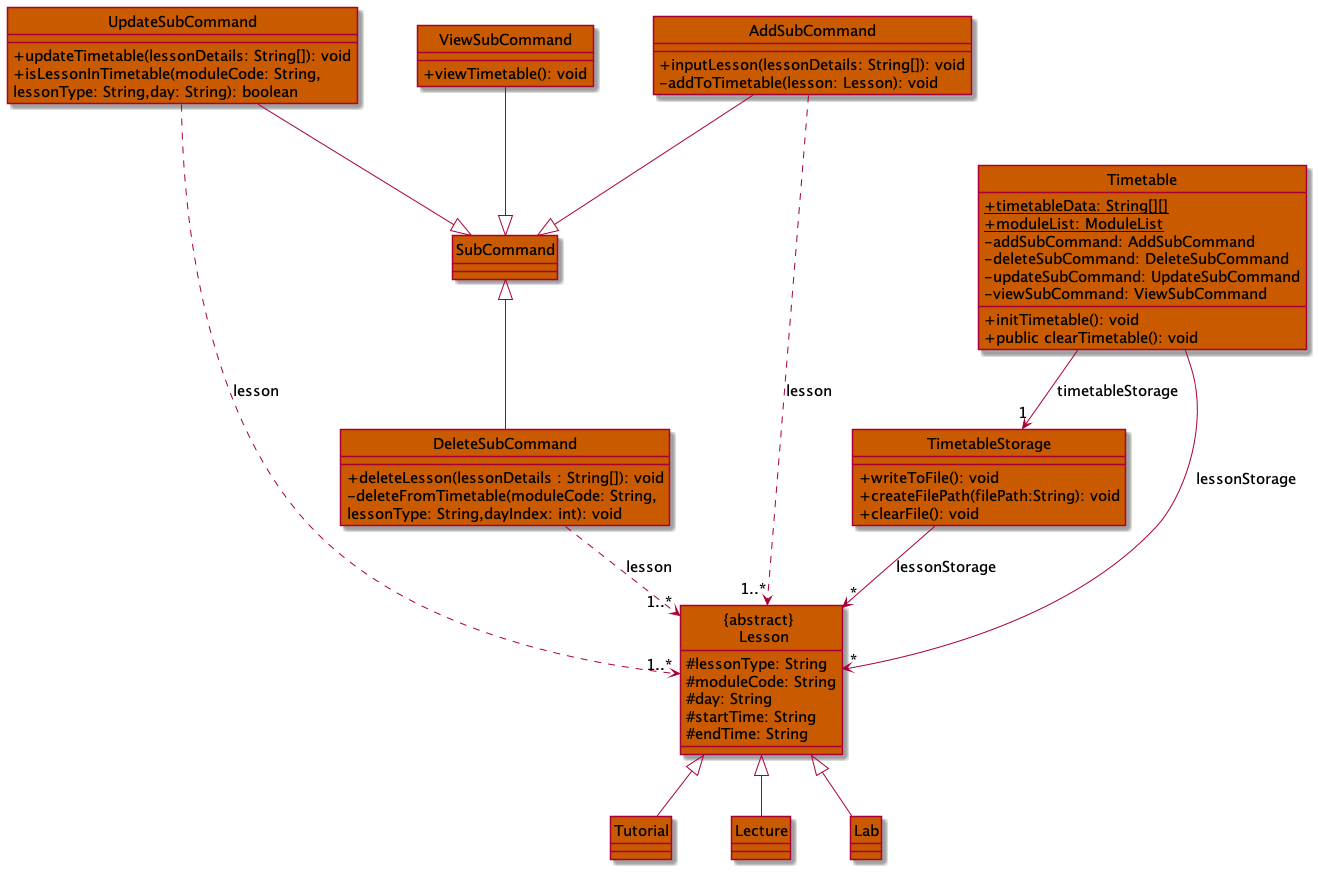
This is docs/assets/images/TimetableClassDiagram.png from shyamgj1900/tp, a PlantUML export, as it was before one commit.
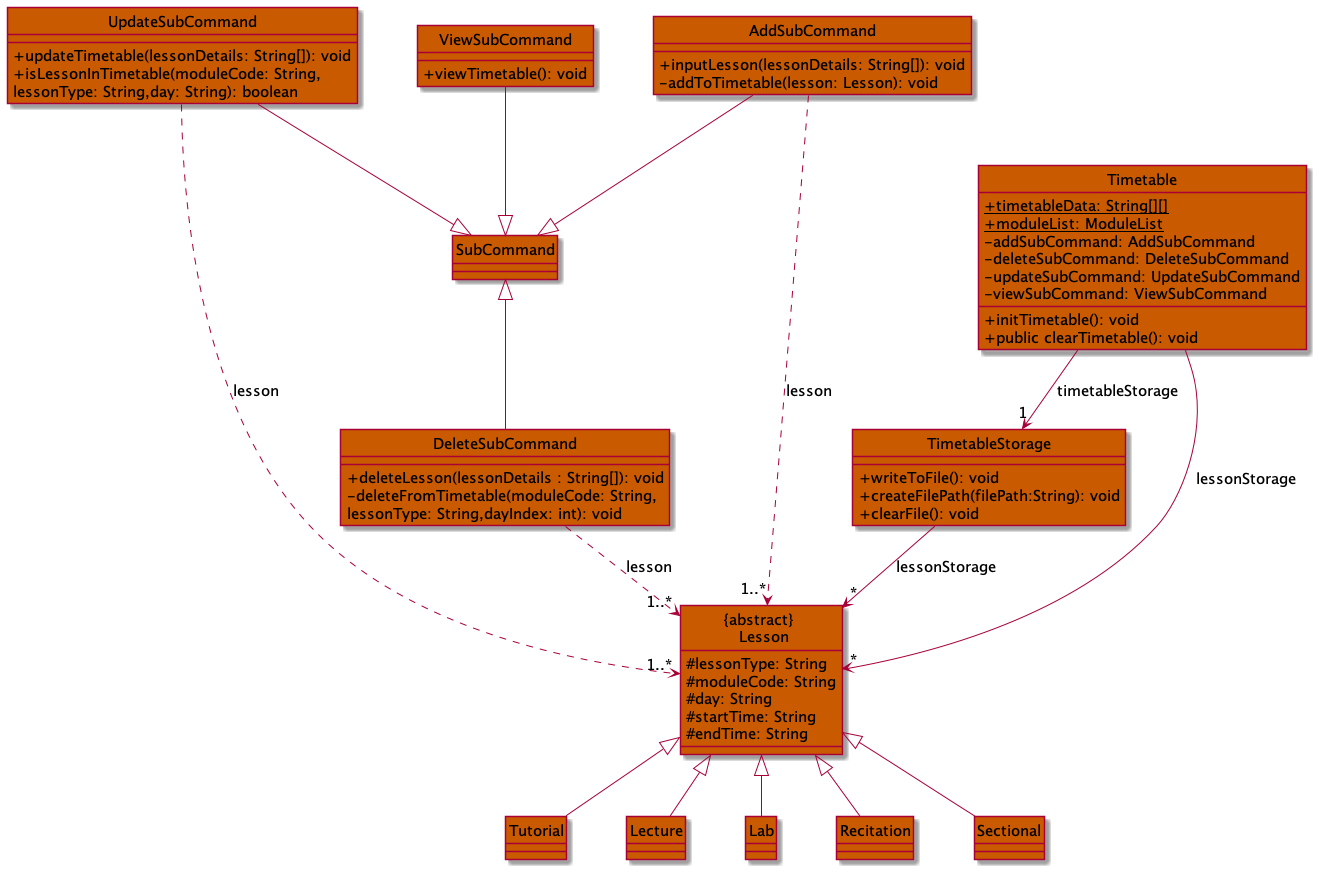
After the commit.

Commit message:
update timetable class diagram

What changed in the source:
```diff
@@ -13,6 +13,9 @@
 class "ABSTRACT \n Lesson"
 class Tutorial
 class Lecture
+class Lab
+class Recitation
+class Sectional
 class TimetableStorage
 class Timetable
 
@@ -25,6 +28,8 @@
 "ABSTRACT \n Lesson" ^-- Lecture
 "ABSTRACT \n Lesson" ^-- Tutorial
 "ABSTRACT \n Lesson" ^-- Lab
+"ABSTRACT \n Lesson" ^-- Sectional
+"ABSTRACT \n Lesson" ^-- Recitation
 
 AddSubCommand ..> "1..*" "ABSTRACT \n Lesson" : lesson
 DeleteSubCommand ..> "1..*" "ABSTRACT \n Lesson" : lesson
@@ -95,6 +100,14 @@
 
 }
 
+class Sectional TIMETABLE_COLOR {
+
+}
+
+class Recitation TIMETABLE_COLOR {
+
+}
+
 class SubCommand TIMETABLE_COLOR {
 
 }
```
